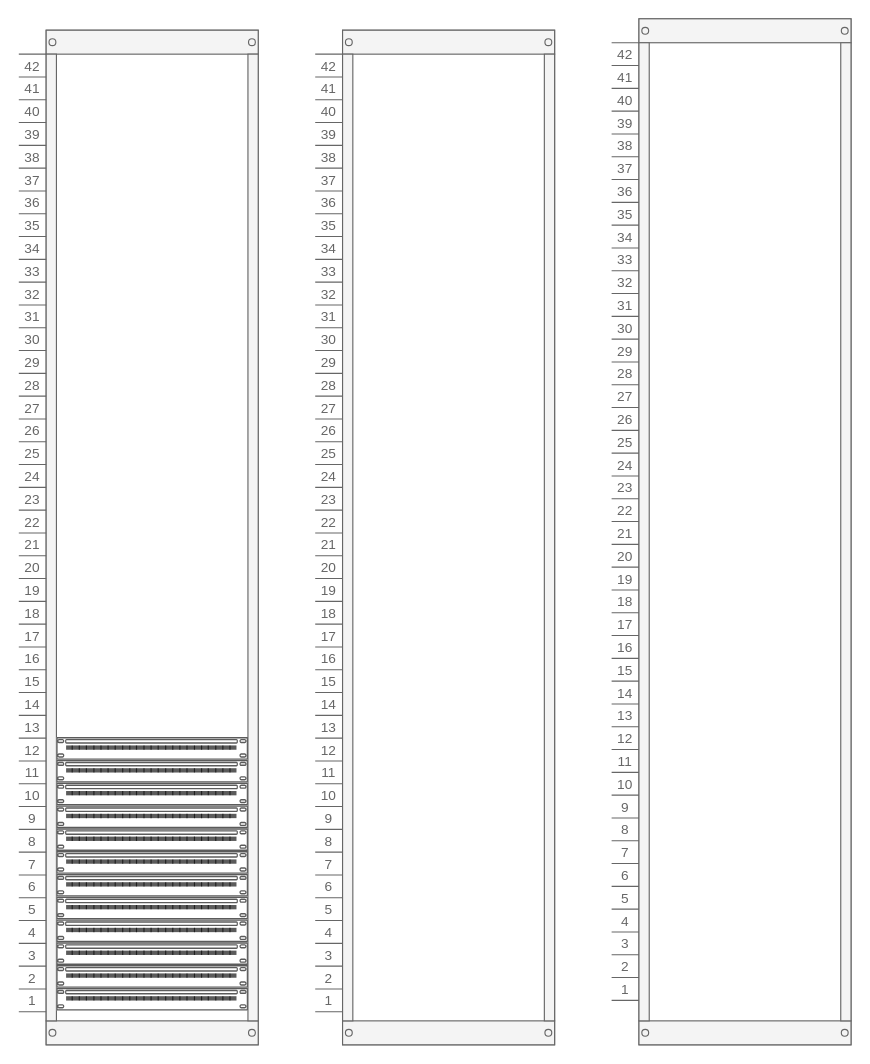
The draw.io diagram Untitled Diagram.drawio in savehitesh/savehitesh, before the edit. Source tidied: cells renumbered, new cells numbered last; positions are measured from the earlier drawing's top-left corner, leaving out a move shared by most shapes. Both pictures are drawn from the tidied source at 114%, with x=0, y=0 at pixel (18, 18).
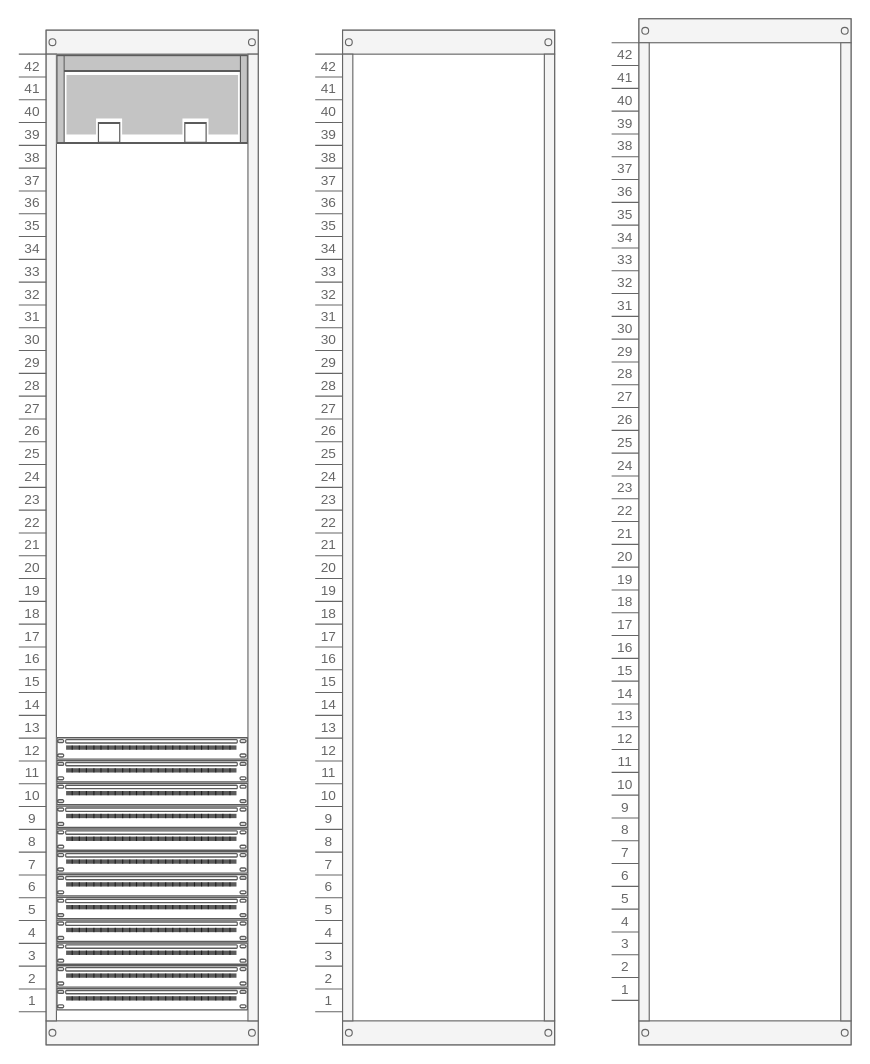
The same page after the edit.

Change to the diagram source:
```diff
@@
 <mxGraphModel>
   <root>
     <mxCell id="0" />
     <mxCell id="1" parent="0" />
     <mxCell id="2" style="strokeColor=#666666;html=1;verticalLabelPosition=bottom;labelBackgroundColor=#ffffff;verticalAlign=top;shadow=0;dashed=0;shape=mxgraph.rackGeneral.container;fillColor2=#f4f4f4;allowGaps=1;textColor=#666666;numDisp=ascend;" parent="1" vertex="1">
       <mxGeometry y="10" width="210" height="890" as="geometry" />
     </mxCell>
     <mxCell id="3" style="strokeColor=#666666;html=1;labelPosition=right;align=left;spacingLeft=15;shadow=0;dashed=0;shape=mxgraph.rack.general.cat5e_rack_mount_patch_panel_24_ports;" parent="2" vertex="1">
       <mxGeometry x="33" y="620" width="168" height="20" as="geometry" />
     </mxCell>
     <mxCell id="4" style="strokeColor=#666666;html=1;labelPosition=right;align=left;spacingLeft=15;shadow=0;dashed=0;shape=mxgraph.rack.general.cat5e_rack_mount_patch_panel_24_ports;" parent="2" vertex="1">
       <mxGeometry x="33" y="640" width="168" height="20" as="geometry" />
     </mxCell>
     <mxCell id="5" style="strokeColor=#666666;html=1;labelPosition=right;align=left;spacingLeft=15;shadow=0;dashed=0;shape=mxgraph.rack.general.cat5e_rack_mount_patch_panel_24_ports;" parent="2" vertex="1">
       <mxGeometry x="33" y="660" width="168" height="20" as="geometry" />
     </mxCell>
     <mxCell id="6" style="strokeColor=#666666;html=1;labelPosition=right;align=left;spacingLeft=15;shadow=0;dashed=0;shape=mxgraph.rack.general.cat5e_rack_mount_patch_panel_24_ports;" parent="2" vertex="1">
       <mxGeometry x="33" y="680" width="168" height="20" as="geometry" />
     </mxCell>
     <mxCell id="7" style="strokeColor=#666666;html=1;labelPosition=right;align=left;spacingLeft=15;shadow=0;dashed=0;shape=mxgraph.rack.general.cat5e_rack_mount_patch_panel_24_ports;" parent="2" vertex="1">
       <mxGeometry x="33" y="700" width="168" height="20" as="geometry" />
     </mxCell>
     <mxCell id="8" style="strokeColor=#666666;html=1;labelPosition=right;align=left;spacingLeft=15;shadow=0;dashed=0;shape=mxgraph.rack.general.cat5e_rack_mount_patch_panel_24_ports;" parent="2" vertex="1">
       <mxGeometry x="33" y="720" width="168" height="20" as="geometry" />
     </mxCell>
     <mxCell id="9" style="strokeColor=#666666;html=1;labelPosition=right;align=left;spacingLeft=15;shadow=0;dashed=0;shape=mxgraph.rack.general.cat5e_rack_mount_patch_panel_24_ports;" parent="2" vertex="1">
       <mxGeometry x="33" y="740" width="168" height="20" as="geometry" />
     </mxCell>
     <mxCell id="10" style="strokeColor=#666666;html=1;labelPosition=right;align=left;spacingLeft=15;shadow=0;dashed=0;shape=mxgraph.rack.general.cat5e_rack_mount_patch_panel_24_ports;" parent="2" vertex="1">
       <mxGeometry x="33" y="780" width="168" height="20" as="geometry" />
     </mxCell>
     <mxCell id="11" style="strokeColor=#666666;html=1;labelPosition=right;align=left;spacingLeft=15;shadow=0;dashed=0;shape=mxgraph.rack.general.cat5e_rack_mount_patch_panel_24_ports;" parent="2" vertex="1">
       <mxGeometry x="33" y="820" width="168" height="20" as="geometry" />
     </mxCell>
     <mxCell id="12" style="strokeColor=#666666;html=1;labelPosition=right;align=left;spacingLeft=15;shadow=0;dashed=0;shape=mxgraph.rack.general.cat5e_rack_mount_patch_panel_24_ports;" parent="2" vertex="1">
       <mxGeometry x="33" y="760" width="168" height="20" as="geometry" />
     </mxCell>
     <mxCell id="13" style="strokeColor=#666666;html=1;labelPosition=right;align=left;spacingLeft=15;shadow=0;dashed=0;shape=mxgraph.rack.general.cat5e_rack_mount_patch_panel_24_ports;" parent="2" vertex="1">
       <mxGeometry x="33" y="800" width="168" height="20" as="geometry" />
     </mxCell>
     <mxCell id="14" style="strokeColor=#666666;html=1;labelPosition=right;align=left;spacingLeft=15;shadow=0;dashed=0;shape=mxgraph.rack.general.cat5e_rack_mount_patch_panel_24_ports;" parent="2" vertex="1">
       <mxGeometry x="33" y="840" width="168" height="20" as="geometry" />
     </mxCell>
+    <mxCell id="17" style="shape=mxgraph.rack.cisco.cisco_3925_integrated_services_router;html=1;labelPosition=right;align=left;spacingLeft=15;dashed=0;shadow=0;fillColor=#ffffff;direction=east;" parent="2" vertex="1">
+      <mxGeometry x="33" y="21" width="168" height="79" as="geometry" />
+    </mxCell>
     <mxCell id="15" style="strokeColor=#666666;html=1;verticalLabelPosition=bottom;labelBackgroundColor=#ffffff;verticalAlign=top;shadow=0;dashed=0;shape=mxgraph.rackGeneral.container;fillColor2=#f4f4f4;allowGaps=1;textColor=#666666;numDisp=ascend;" parent="1" vertex="1">
       <mxGeometry x="260" y="10" width="210" height="890" as="geometry" />
     </mxCell>
     <mxCell id="16" style="strokeColor=#666666;html=1;verticalLabelPosition=bottom;labelBackgroundColor=#ffffff;verticalAlign=top;shadow=0;dashed=0;shape=mxgraph.rackGeneral.container;fillColor2=#f4f4f4;allowGaps=1;textColor=#666666;numDisp=ascend;" parent="1" vertex="1">
       <mxGeometry x="520" width="210" height="900" as="geometry" />
     </mxCell>
   </root>
 </mxGraphModel>
```
